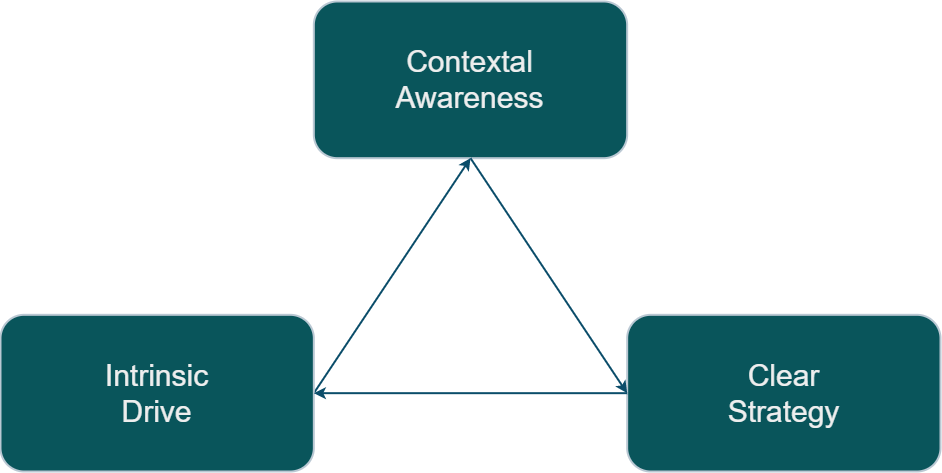
masters3d/ingenio keeps this draw.io diagram as media/synergies.png. Above is the earlier version. Source tidied: cells renumbered, new cells last; positions are measured from the earlier drawing's top-left corner, leaving out a move shared by most shapes. The source it was exported from:
```xml
<mxGraphModel>
  <root>
    <mxCell id="0" />
    <mxCell id="1" parent="0" />
    <mxCell id="2" style="group;" parent="1" vertex="1">
      <mxGeometry width="940" height="470" as="geometry" />
    </mxCell>
    <mxCell id="3" value="&lt;font style=&quot;font-size: 30px&quot;&gt;Contextal&lt;br&gt;Awareness&lt;/font&gt;" style="whiteSpace=wrap;html=1;rounded=1;fillColor=#09555B;strokeColor=#BAC8D3;fontColor=#EEEEEE;strokeWidth=2;" parent="2" vertex="1">
      <mxGeometry x="313.3" width="313.3" height="156.7" as="geometry" />
    </mxCell>
    <mxCell id="4" value="&lt;font style=&quot;font-size: 30px&quot;&gt;Clear&lt;br&gt;Strategy&lt;/font&gt;" style="whiteSpace=wrap;html=1;rounded=1;fillColor=#09555B;strokeColor=#BAC8D3;fontColor=#EEEEEE;strokeWidth=2;" parent="2" vertex="1">
      <mxGeometry x="626.7" y="313.3" width="313.3" height="156.7" as="geometry" />
    </mxCell>
    <mxCell id="5" style="edgeStyle=none;jettySize=auto;html=1;exitX=0.5;exitY=1;exitDx=0;exitDy=0;entryX=0;entryY=0.5;entryDx=0;entryDy=0;strokeColor=#0B4D6A;strokeWidth=2;" parent="2" edge="1" source="3" target="4">
      <mxGeometry relative="1" as="geometry" />
    </mxCell>
    <mxCell id="6" style="jettySize=auto;html=1;exitX=1;exitY=0.5;exitDx=0;exitDy=0;entryX=0.5;entryY=1;entryDx=0;entryDy=0;strokeColor=#0B4D6A;strokeWidth=2;" parent="2" edge="1" source="7" target="3">
      <mxGeometry relative="1" as="geometry" />
    </mxCell>
    <mxCell id="7" value="&lt;font style=&quot;font-size: 30px&quot;&gt;Intrinsic&lt;br&gt;Drive&lt;/font&gt;" style="whiteSpace=wrap;html=1;rounded=1;fillColor=#09555B;strokeColor=#BAC8D3;fontColor=#EEEEEE;strokeWidth=2;" parent="2" vertex="1">
      <mxGeometry y="313.3" width="313.3" height="156.7" as="geometry" />
    </mxCell>
    <mxCell id="8" style="jettySize=auto;html=1;exitX=0;exitY=0.5;exitDx=0;exitDy=0;entryX=1;entryY=0.5;entryDx=0;entryDy=0;strokeColor=#0B4D6A;strokeWidth=2;" parent="2" edge="1" source="4" target="7">
      <mxGeometry relative="1" as="geometry" />
    </mxCell>
  </root>
</mxGraphModel>
```
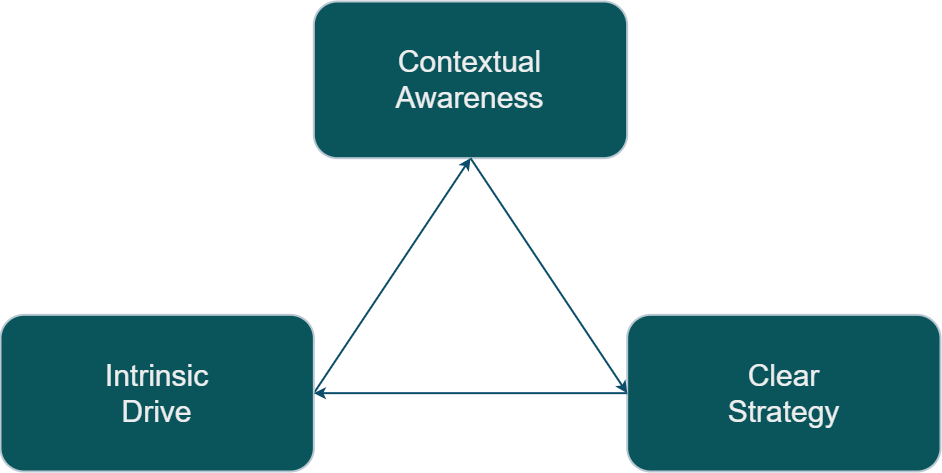
After the change.

Diff of the diagram source:
```diff
@@ -5,7 +5,7 @@
     <mxCell id="2" style="group;" parent="1" vertex="1">
       <mxGeometry width="940" height="470" as="geometry" />
     </mxCell>
-    <mxCell id="3" value="&lt;font style=&quot;font-size: 30px&quot;&gt;Contextal&lt;br&gt;Awareness&lt;/font&gt;" style="whiteSpace=wrap;html=1;rounded=1;fillColor=#09555B;strokeColor=#BAC8D3;fontColor=#EEEEEE;strokeWidth=2;" parent="2" vertex="1">
+    <mxCell id="3" value="&lt;font&gt;&lt;span style=&quot;font-size: 30px&quot;&gt;Contextual&lt;br&gt;Awareness&lt;/span&gt;&lt;/font&gt;" style="whiteSpace=wrap;html=1;rounded=1;fillColor=#09555B;strokeColor=#BAC8D3;fontColor=#EEEEEE;strokeWidth=2;" parent="2" vertex="1">
       <mxGeometry x="313.3" width="313.3" height="156.7" as="geometry" />
     </mxCell>
     <mxCell id="4" value="&lt;font style=&quot;font-size: 30px&quot;&gt;Clear&lt;br&gt;Strategy&lt;/font&gt;" style="whiteSpace=wrap;html=1;rounded=1;fillColor=#09555B;strokeColor=#BAC8D3;fontColor=#EEEEEE;strokeWidth=2;" parent="2" vertex="1">
```
